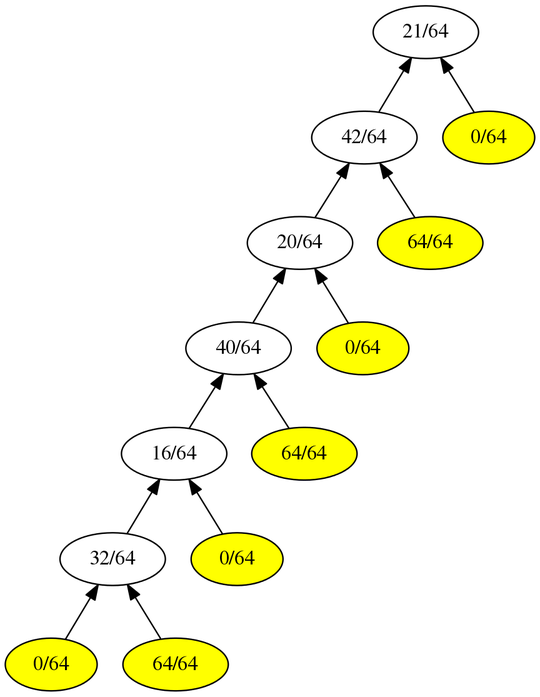
Before: GuiTool/image/BitScanning/BitScanningDot.png, a diagram exported from Graphviz (iitramar/guiTool). Its source is kept beside it as GuiTool/image/BitScanning/BitScanningDot.dot. Its diagram source:
```dot
digraph G {
rankdir = BT;
1[label= " 21/64 " ];
2[label= " 42/64 " ];
2->1
3[label= " 0/64 " ];
3->1
4[label= " 20/64 " ];
4->2
5[label= " 64/64 " ];
5->2
8[label= " 40/64 " ];
8->4
9[label= " 0/64 " ];
9->4
16[label= " 16/64 " ];
16->8
17[label= " 64/64 " ];
17->8
32[label= " 32/64 " ];
32->16
33[label= " 0/64 " ];
33->16
64[label= " 0/64 " ];
64->32
65[label= " 64/64 " ];
65->32
64[style=filled, fillcolor=yellow];
65[style=filled, fillcolor=yellow];
33[style=filled, fillcolor=yellow];
17[style=filled, fillcolor=yellow];
9[style=filled, fillcolor=yellow];
5[style=filled, fillcolor=yellow];
3[style=filled, fillcolor=yellow];
}
```
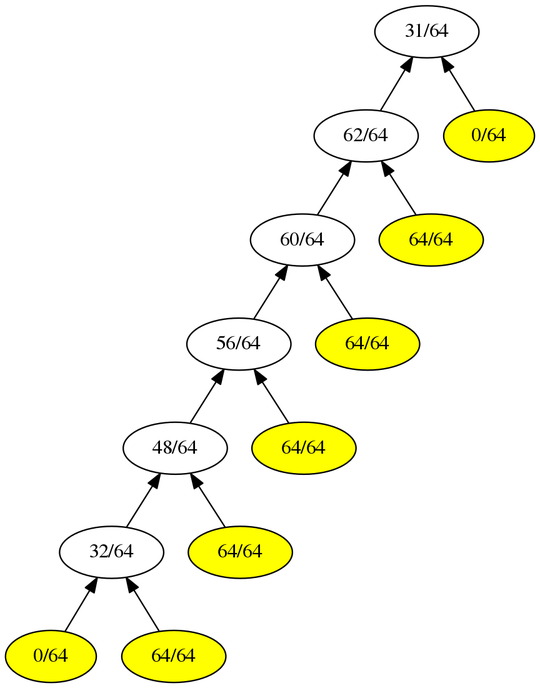
After the commit.

What changed in the source:
```diff
@@ -1,25 +1,25 @@
 digraph G {
 rankdir = BT;
-1[label= " 21/64 " ];
-2[label= " 42/64 " ];
+1[label= " 31/64 " ];
+2[label= " 62/64 " ];
 2->1
 3[label= " 0/64 " ];
 3->1
-4[label= " 20/64 " ];
+4[label= " 60/64 " ];
 4->2
 5[label= " 64/64 " ];
 5->2
-8[label= " 40/64 " ];
+8[label= " 56/64 " ];
 8->4
-9[label= " 0/64 " ];
+9[label= " 64/64 " ];
 9->4
-16[label= " 16/64 " ];
+16[label= " 48/64 " ];
 16->8
 17[label= " 64/64 " ];
 17->8
 32[label= " 32/64 " ];
 32->16
-33[label= " 0/64 " ];
+33[label= " 64/64 " ];
 33->16
 64[label= " 0/64 " ];
 64->32
```
